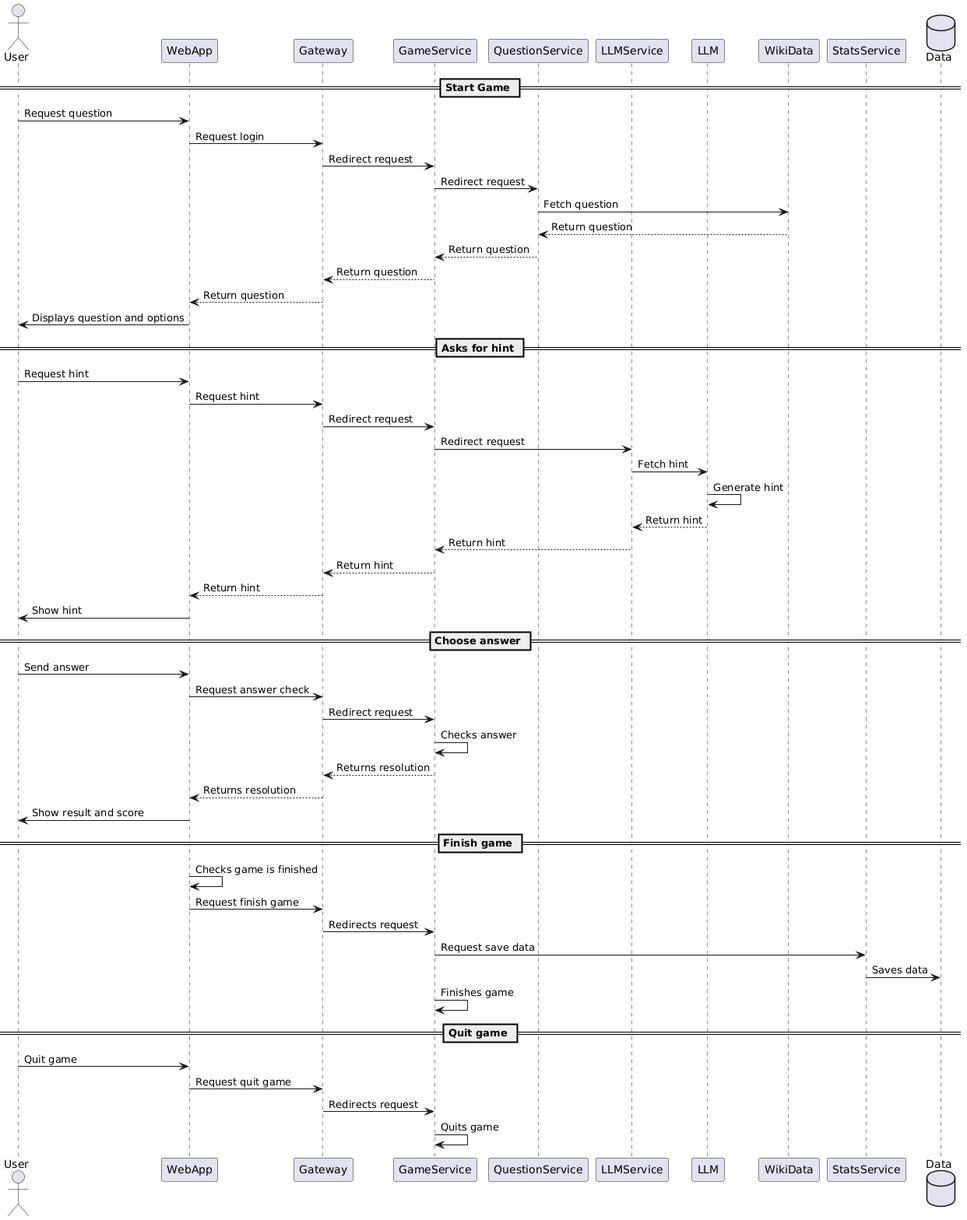
Above: docs/images/06_Game.png in Arquisoft/wichat_en1c (PlantUML), before the change.
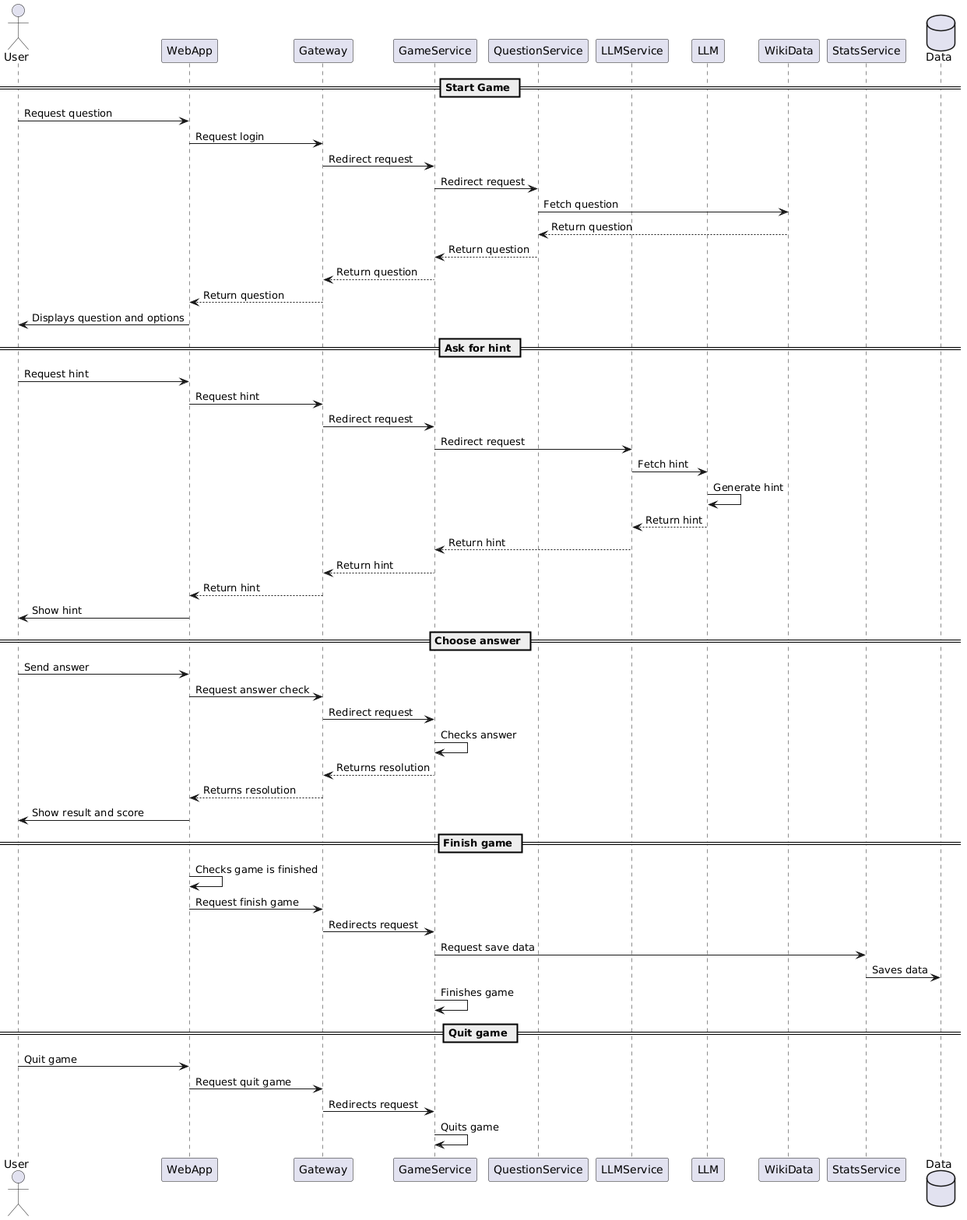
After the change.

Commit message:
docs(game): :memo: Minor fix in 06_Game.png

What changed in the source:
```diff
@@ -22,7 +22,7 @@
 Gateway --> WebApp : Return question
 WebApp -> User : Displays question and options
 
-== Asks for hint ==
+== Ask for hint ==
 User -> WebApp : Request hint
 WebApp -> Gateway : Request hint
 Gateway -> GameService : Redirect request
```
